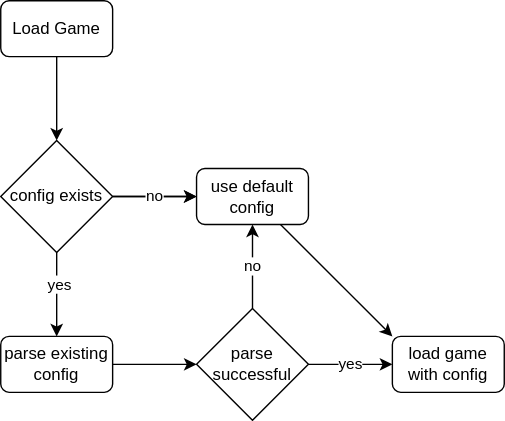
Above: LoadConfiguration.drawio.svg in JakobKrug/DrawIO (draw.io), before the change. Source tidied: cells renumbered, new cells last; positions are measured from the earlier drawing's top-left corner, leaving out a move shared by most shapes.
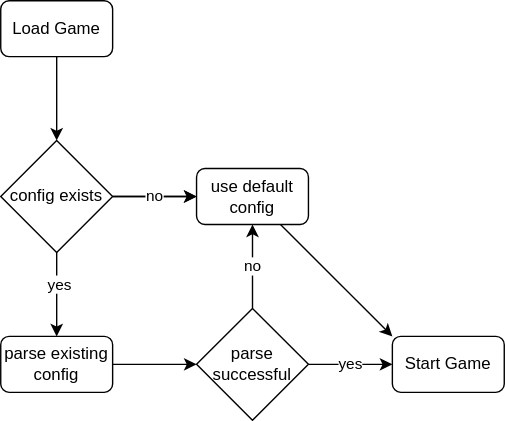
The same file after the commit.

Change to the diagram source:
```diff
@@ -8,7 +8,7 @@
     <mxCell id="3" value="parse existing config" style="rounded=1;whiteSpace=wrap;html=1;" parent="1" vertex="1">
       <mxGeometry y="240" width="80" height="40" as="geometry" />
     </mxCell>
-    <mxCell id="4" value="load game with config" style="rounded=1;whiteSpace=wrap;html=1;" parent="1" vertex="1">
+    <mxCell id="4" value="Start Game" style="rounded=1;whiteSpace=wrap;html=1;" parent="1" vertex="1">
       <mxGeometry x="280" y="240" width="80" height="40" as="geometry" />
     </mxCell>
     <mxCell id="5" value="use default config" style="rounded=1;whiteSpace=wrap;html=1;" parent="1" vertex="1">
```
